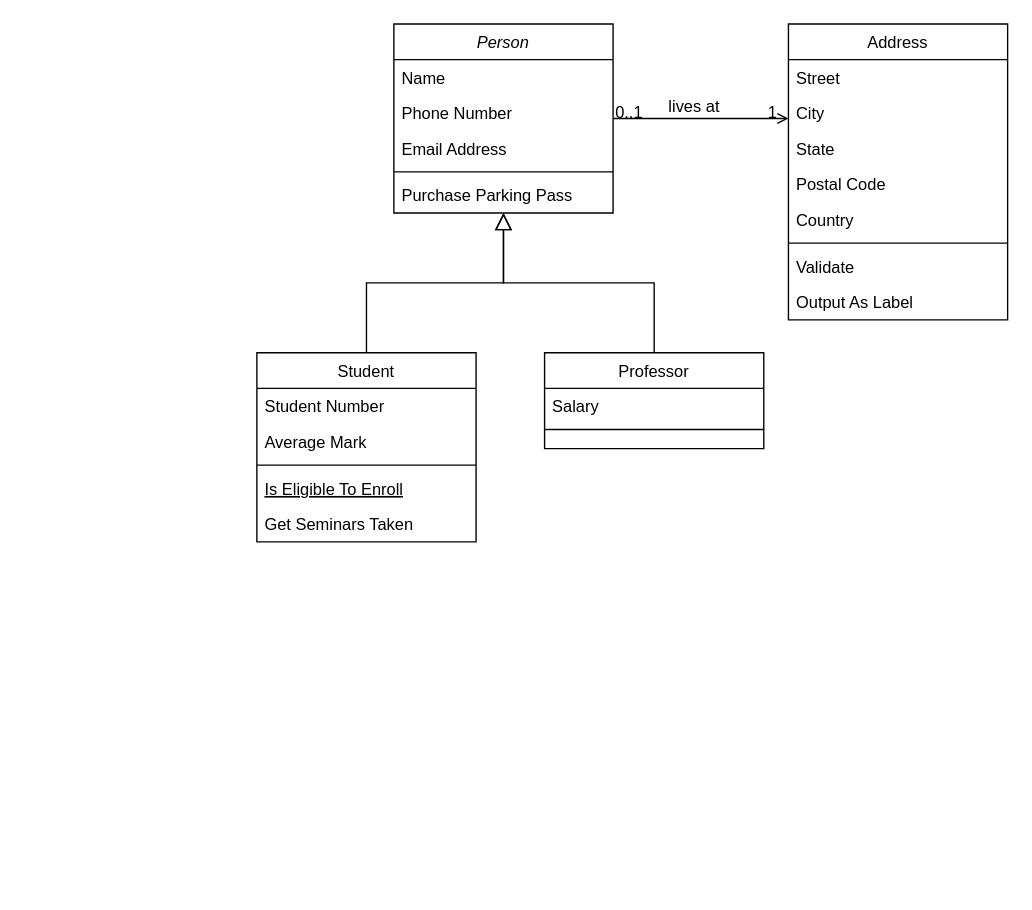
Before: Unavngivet diagram.drawio in Anasbananhovede/eksame-projekt, a draw.io diagram. Source tidied: cells renumbered, new cells numbered last; positions are measured from the earlier drawing's top-left corner, leaving out a move shared by most shapes. Both pictures are drawn from the tidied source at 137%, with x=0, y=0 at pixel (256, 23).
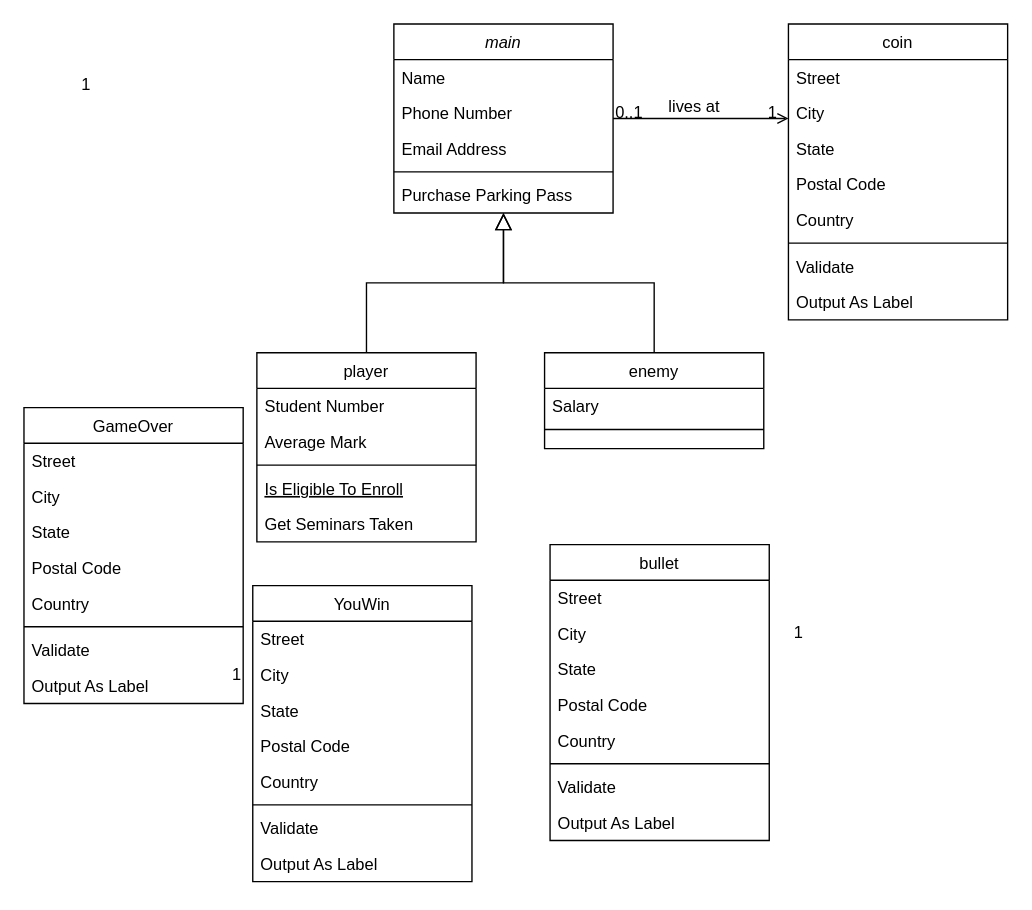
After the change.

The edit, as a diff of the source:
```diff
@@
-    <mxCell id="2" value="Person" style="swimlane;fontStyle=2;align=center;verticalAlign=top;horizontal=1;startSize=26;rounded=0;shadow=0;strokeWidth=1;" parent="1" vertex="1">
+    <mxCell id="2" value="main&#10;" style="swimlane;fontStyle=2;align=center;verticalAlign=top;horizontal=1;startSize=26;rounded=0;shadow=0;strokeWidth=1;" parent="1" vertex="1">
       <mxGeometry x="100" width="160" height="138" as="geometry" />
     </mxCell>
@@
-    <mxCell id="8" value="Student" style="swimlane;fontStyle=0;align=center;verticalAlign=top;horizontal=1;startSize=26;rounded=0;shadow=0;strokeWidth=1;" parent="1" vertex="1">
+    <mxCell id="8" value="player&#10;" style="swimlane;fontStyle=0;align=center;verticalAlign=top;horizontal=1;startSize=26;rounded=0;shadow=0;strokeWidth=1;" parent="1" vertex="1">
       <mxGeometry y="240" width="160" height="138" as="geometry" />
     </mxCell>
@@
-    <mxCell id="15" value="Professor" style="swimlane;fontStyle=0;align=center;verticalAlign=top;horizontal=1;startSize=26;rounded=0;shadow=0;strokeWidth=1;" parent="1" vertex="1">
+    <mxCell id="15" value="enemy" style="swimlane;fontStyle=0;align=center;verticalAlign=top;horizontal=1;startSize=26;rounded=0;shadow=0;strokeWidth=1;" parent="1" vertex="1">
       <mxGeometry x="210" y="240" width="160" height="70" as="geometry" />
     </mxCell>
@@
-    <mxCell id="19" value="Address" style="swimlane;fontStyle=0;align=center;verticalAlign=top;horizontal=1;startSize=26;rounded=0;shadow=0;strokeWidth=1;" parent="1" vertex="1">
+    <mxCell id="19" value="coin&#10;" style="swimlane;fontStyle=0;align=center;verticalAlign=top;horizontal=1;startSize=26;rounded=0;shadow=0;strokeWidth=1;" parent="1" vertex="1">
       <mxGeometry x="388" width="160" height="216" as="geometry" />
     </mxCell>
@@
+    <mxCell id="32" value="bullet&#10; " style="swimlane;fontStyle=0;align=center;verticalAlign=top;horizontal=1;startSize=26;rounded=0;shadow=0;strokeWidth=1;" parent="1" vertex="1">
+      <mxGeometry x="214" y="380" width="160" height="216" as="geometry" />
+    </mxCell>
+    <mxCell id="33" value="Street" style="text;align=left;verticalAlign=top;spacingLeft=4;spacingRight=4;overflow=hidden;" parent="32" vertex="1">
+      <mxGeometry y="26" width="160" height="26" as="geometry" />
+    </mxCell>
+    <mxCell id="34" value="City" style="text;align=left;verticalAlign=top;spacingLeft=4;spacingRight=4;overflow=hidden;rounded=0;shadow=0;html=0;" parent="32" vertex="1">
+      <mxGeometry y="52" width="160" height="26" as="geometry" />
+    </mxCell>
+    <mxCell id="35" value="State" style="text;align=left;verticalAlign=top;spacingLeft=4;spacingRight=4;overflow=hidden;rounded=0;shadow=0;html=0;" parent="32" vertex="1">
+      <mxGeometry y="78" width="160" height="26" as="geometry" />
+    </mxCell>
+    <mxCell id="36" value="Postal Code" style="text;align=left;verticalAlign=top;spacingLeft=4;spacingRight=4;overflow=hidden;rounded=0;shadow=0;html=0;" parent="32" vertex="1">
+      <mxGeometry y="104" width="160" height="26" as="geometry" />
+    </mxCell>
+    <mxCell id="37" value="Country" style="text;align=left;verticalAlign=top;spacingLeft=4;spacingRight=4;overflow=hidden;rounded=0;shadow=0;html=0;" parent="32" vertex="1">
+      <mxGeometry y="130" width="160" height="26" as="geometry" />
+    </mxCell>
+    <mxCell id="38" style="line;html=1;strokeWidth=1;align=left;verticalAlign=middle;spacingTop=-1;spacingLeft=3;spacingRight=3;labelPosition=right;" parent="32" vertex="1">
+      <mxGeometry y="156" width="160" height="8" as="geometry" />
+    </mxCell>
+    <mxCell id="39" value="Validate" style="text;align=left;verticalAlign=top;spacingLeft=4;spacingRight=4;overflow=hidden;" parent="32" vertex="1">
+      <mxGeometry y="164" width="160" height="26" as="geometry" />
+    </mxCell>
+    <mxCell id="40" value="Output As Label" style="text;align=left;verticalAlign=top;spacingLeft=4;spacingRight=4;overflow=hidden;" parent="32" vertex="1">
+      <mxGeometry y="190" width="160" height="26" as="geometry" />
+    </mxCell>
+    <mxCell id="41" value="1" style="align=right;verticalAlign=bottom;labelBackgroundColor=none;fontSize=12;" parent="1" vertex="1">
+      <mxGeometry x="-120" y="53" as="geometry" />
+    </mxCell>
+    <mxCell id="42" value="YouWin" style="swimlane;fontStyle=0;align=center;verticalAlign=top;horizontal=1;startSize=26;rounded=0;shadow=0;strokeWidth=1;" parent="1" vertex="1">
+      <mxGeometry x="-3" y="410" width="160" height="216" as="geometry" />
+    </mxCell>
+    <mxCell id="43" value="Street" style="text;align=left;verticalAlign=top;spacingLeft=4;spacingRight=4;overflow=hidden;" parent="42" vertex="1">
+      <mxGeometry y="26" width="160" height="26" as="geometry" />
+    </mxCell>
+    <mxCell id="44" value="City" style="text;align=left;verticalAlign=top;spacingLeft=4;spacingRight=4;overflow=hidden;rounded=0;shadow=0;html=0;" parent="42" vertex="1">
+      <mxGeometry y="52" width="160" height="26" as="geometry" />
+    </mxCell>
+    <mxCell id="45" value="State" style="text;align=left;verticalAlign=top;spacingLeft=4;spacingRight=4;overflow=hidden;rounded=0;shadow=0;html=0;" parent="42" vertex="1">
+      <mxGeometry y="78" width="160" height="26" as="geometry" />
+    </mxCell>
+    <mxCell id="46" value="Postal Code" style="text;align=left;verticalAlign=top;spacingLeft=4;spacingRight=4;overflow=hidden;rounded=0;shadow=0;html=0;" parent="42" vertex="1">
+      <mxGeometry y="104" width="160" height="26" as="geometry" />
+    </mxCell>
+    <mxCell id="47" value="Country" style="text;align=left;verticalAlign=top;spacingLeft=4;spacingRight=4;overflow=hidden;rounded=0;shadow=0;html=0;" parent="42" vertex="1">
+      <mxGeometry y="130" width="160" height="26" as="geometry" />
+    </mxCell>
+    <mxCell id="48" style="line;html=1;strokeWidth=1;align=left;verticalAlign=middle;spacingTop=-1;spacingLeft=3;spacingRight=3;labelPosition=right;" parent="42" vertex="1">
+      <mxGeometry y="156" width="160" height="8" as="geometry" />
+    </mxCell>
+    <mxCell id="49" value="Validate" style="text;align=left;verticalAlign=top;spacingLeft=4;spacingRight=4;overflow=hidden;" parent="42" vertex="1">
+      <mxGeometry y="164" width="160" height="26" as="geometry" />
+    </mxCell>
+    <mxCell id="50" value="Output As Label" style="text;align=left;verticalAlign=top;spacingLeft=4;spacingRight=4;overflow=hidden;" parent="42" vertex="1">
+      <mxGeometry y="190" width="160" height="26" as="geometry" />
+    </mxCell>
+    <mxCell id="51" value="1" style="align=right;verticalAlign=bottom;labelBackgroundColor=none;fontSize=12;" parent="1" vertex="1">
+      <mxGeometry x="-10" y="483" as="geometry" />
+    </mxCell>
+    <mxCell id="52" value="GameOver" style="swimlane;fontStyle=0;align=center;verticalAlign=top;horizontal=1;startSize=26;rounded=0;shadow=0;strokeWidth=1;" parent="1" vertex="1">
+      <mxGeometry x="-170" y="280" width="160" height="216" as="geometry" />
+    </mxCell>
+    <mxCell id="53" value="Street" style="text;align=left;verticalAlign=top;spacingLeft=4;spacingRight=4;overflow=hidden;" parent="52" vertex="1">
+      <mxGeometry y="26" width="160" height="26" as="geometry" />
+    </mxCell>
+    <mxCell id="54" value="City" style="text;align=left;verticalAlign=top;spacingLeft=4;spacingRight=4;overflow=hidden;rounded=0;shadow=0;html=0;" parent="52" vertex="1">
+      <mxGeometry y="52" width="160" height="26" as="geometry" />
+    </mxCell>
+    <mxCell id="55" value="State" style="text;align=left;verticalAlign=top;spacingLeft=4;spacingRight=4;overflow=hidden;rounded=0;shadow=0;html=0;" parent="52" vertex="1">
+      <mxGeometry y="78" width="160" height="26" as="geometry" />
+    </mxCell>
+    <mxCell id="56" value="Postal Code" style="text;align=left;verticalAlign=top;spacingLeft=4;spacingRight=4;overflow=hidden;rounded=0;shadow=0;html=0;" parent="52" vertex="1">
+      <mxGeometry y="104" width="160" height="26" as="geometry" />
+    </mxCell>
+    <mxCell id="57" value="Country" style="text;align=left;verticalAlign=top;spacingLeft=4;spacingRight=4;overflow=hidden;rounded=0;shadow=0;html=0;" parent="52" vertex="1">
+      <mxGeometry y="130" width="160" height="26" as="geometry" />
+    </mxCell>
+    <mxCell id="58" style="line;html=1;strokeWidth=1;align=left;verticalAlign=middle;spacingTop=-1;spacingLeft=3;spacingRight=3;labelPosition=right;" parent="52" vertex="1">
+      <mxGeometry y="156" width="160" height="8" as="geometry" />
+    </mxCell>
+    <mxCell id="59" value="Validate" style="text;align=left;verticalAlign=top;spacingLeft=4;spacingRight=4;overflow=hidden;" parent="52" vertex="1">
+      <mxGeometry y="164" width="160" height="26" as="geometry" />
+    </mxCell>
+    <mxCell id="60" value="Output As Label" style="text;align=left;verticalAlign=top;spacingLeft=4;spacingRight=4;overflow=hidden;" parent="52" vertex="1">
+      <mxGeometry y="190" width="160" height="26" as="geometry" />
+    </mxCell>
+    <mxCell id="61" value="1" style="align=right;verticalAlign=bottom;labelBackgroundColor=none;fontSize=12;" parent="1" vertex="1">
+      <mxGeometry x="400" y="453" as="geometry" />
+    </mxCell>
```
